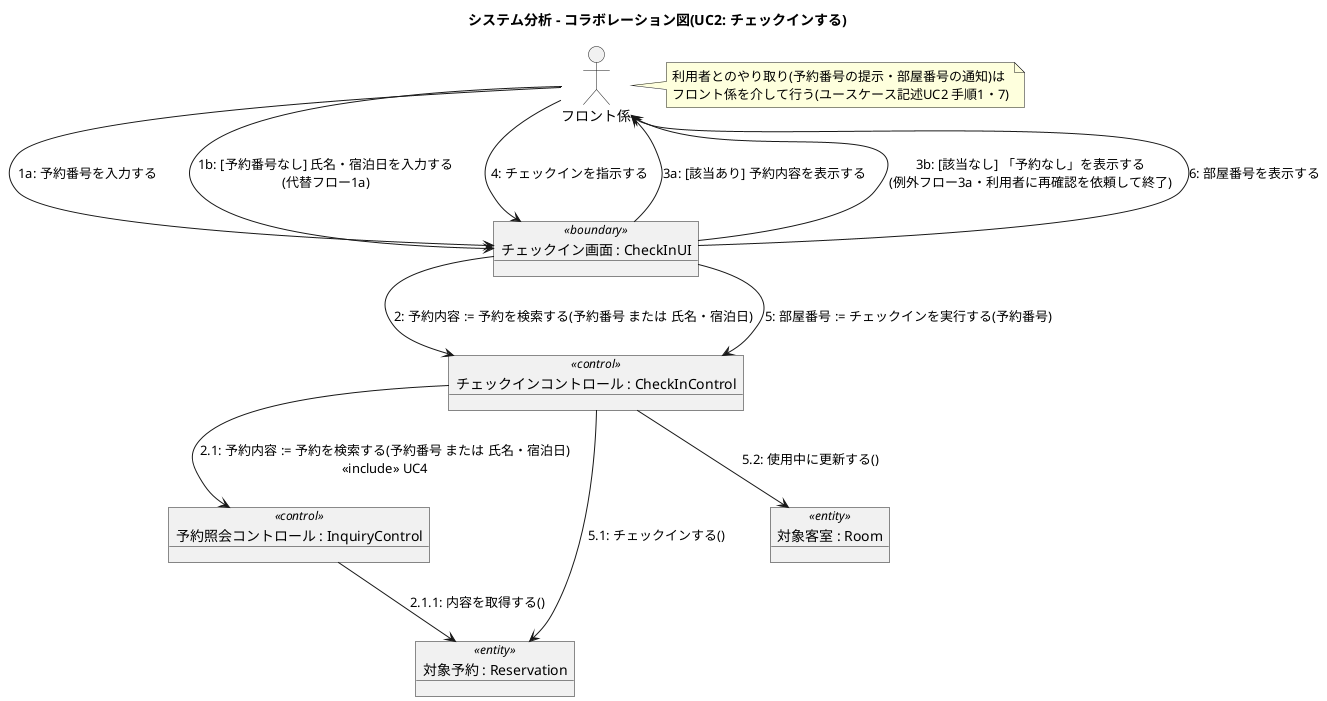
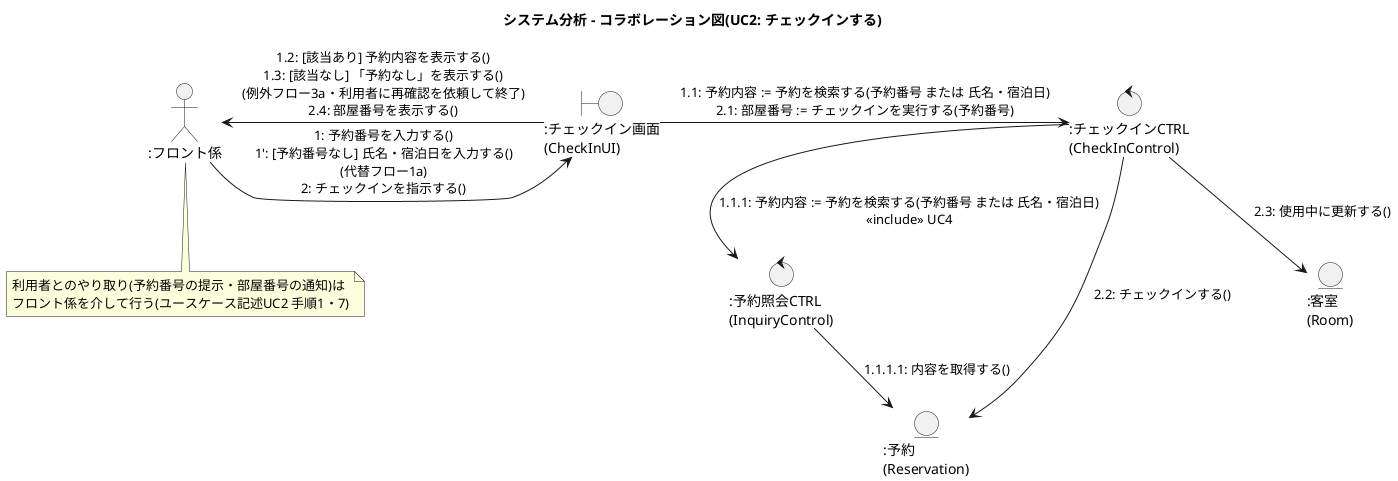
@startuml collaboration_uc2_checkin
- allowmixing
title システム分析 - コラボレーション図(UC2: チェックインする)

- actor "フロント係" as Staff
- object "チェックイン画面 : CheckInUI" as UI <<boundary>>
- object "チェックインコントロール : CheckInControl" as Ctrl <<control>>
- object "予約照会コントロール : InquiryControl" as Inq <<control>>
- object "対象予約 : Reservation" as Rsv <<entity>>
- object "対象客室 : Room" as Room <<entity>>
+ actor ":フロント係" as Staff
+ boundary ":チェックイン画面\n(CheckInUI)" as UI
+ control ":チェックインCTRL\n(CheckInControl)" as Ctrl
+ control ":予約照会CTRL\n(InquiryControl)" as Inq
+ entity ":予約\n(Reservation)" as Rsv
+ entity ":客室\n(Room)" as Room

- note right of Staff : 利用者とのやり取り(予約番号の提示・部屋番号の通知)は\nフロント係を介して行う(ユースケース記述UC2 手順1・7)
+ Staff -right-> UI : 1: 予約番号を入力する()\n1': [予約番号なし] 氏名・宿泊日を入力する()\n(代替フロー1a)\n2: チェックインを指示する()
+ UI -left-> Staff : 1.2: [該当あり] 予約内容を表示する()\n1.3: [該当なし] 「予約なし」を表示する()\n(例外フロー3a・利用者に再確認を依頼して終了)\n2.4: 部屋番号を表示する()
+ UI -right-> Ctrl : 1.1: 予約内容 := 予約を検索する(予約番号 または 氏名・宿泊日)\n2.1: 部屋番号 := チェックインを実行する(予約番号)
+ Ctrl -down-> Inq : 1.1.1: 予約内容 := 予約を検索する(予約番号 または 氏名・宿泊日)\n<<include>> UC4
+ Inq -down-> Rsv : 1.1.1.1: 内容を取得する()
+ Ctrl -down-> Rsv : 2.2: チェックインする()
+ Ctrl -down-> Room : 2.3: 使用中に更新する()

- Staff --> UI : 1a: 予約番号を入力する
- Staff --> UI : 1b: [予約番号なし] 氏名・宿泊日を入力する\n(代替フロー1a)
- UI --> Ctrl : 2: 予約内容 := 予約を検索する(予約番号 または 氏名・宿泊日)
- Ctrl --> Inq : 2.1: 予約内容 := 予約を検索する(予約番号 または 氏名・宿泊日)\n<<include>> UC4
- Inq --> Rsv : 2.1.1: 内容を取得する()
- UI --> Staff : 3a: [該当あり] 予約内容を表示する
- UI --> Staff : 3b: [該当なし] 「予約なし」を表示する\n(例外フロー3a・利用者に再確認を依頼して終了)
- Staff --> UI : 4: チェックインを指示する
- UI --> Ctrl : 5: 部屋番号 := チェックインを実行する(予約番号)
- Ctrl --> Rsv : 5.1: チェックインする()
- Ctrl --> Room : 5.2: 使用中に更新する()
- UI --> Staff : 6: 部屋番号を表示する
+ note bottom of Staff : 利用者とのやり取り(予約番号の提示・部屋番号の通知)は\nフロント係を介して行う(ユースケース記述UC2 手順1・7)

@enduml
